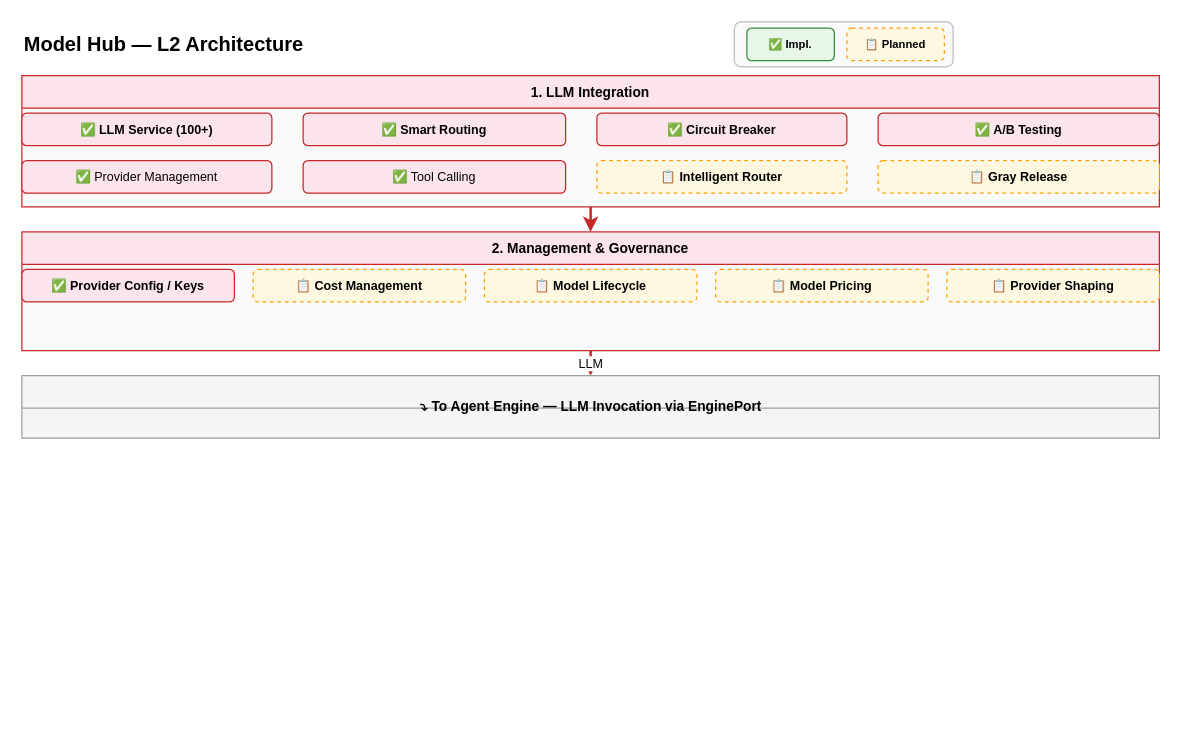
The draw.io diagram docs/design/hardware/model-hub-l2.drawio in xueyufish/hecate, before the edit. Source tidied: cells renumbered, new cells numbered last; positions are measured from the earlier drawing's top-left corner, leaving out a move shared by most shapes. Both pictures are drawn from the tidied source at 125%, with x=0, y=0 at pixel (21, 21).
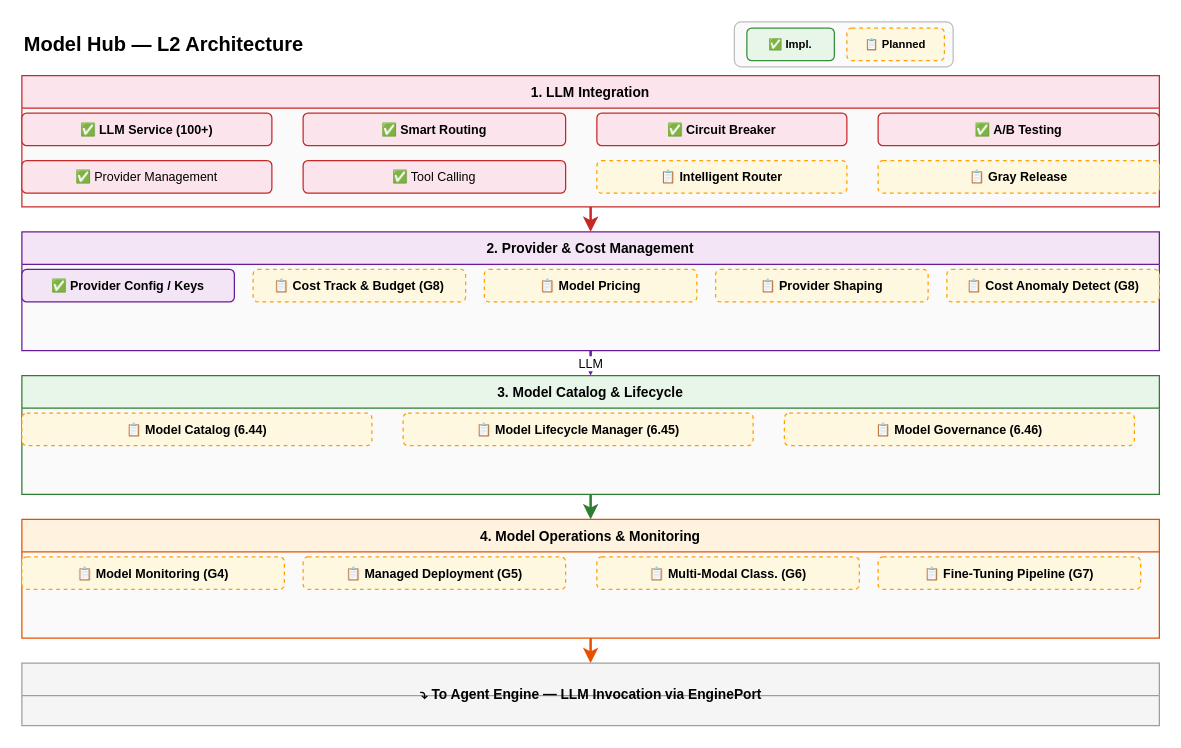
After the change.

The edit, as a diff of the source:
```diff
@@
-    <mxCell id="15" value="2. Management &amp; Governance" style="swimlane;startSize=26;fillColor=#FCE4EC;strokeColor=#C62828;fontSize=11;fontStyle=1;swimlaneFillColor=#FAFAFA;" parent="1" vertex="1">
+    <mxCell id="15" value="2. Provider &amp; Cost Management" style="swimlane;startSize=26;fillColor=#F3E5F5;strokeColor=#6A1B9A;fontSize=11;fontStyle=1;swimlaneFillColor=#FAFAFA;" parent="1" vertex="1">
       <mxGeometry y="168" width="910" height="95" as="geometry" />
     </mxCell>
-    <mxCell id="16" value="✅ Provider Config / Keys" style="rounded=1;whiteSpace=wrap;html=1;fillColor=#FCE4EC;strokeColor=#C62828;fontSize=10;fontStyle=1;" parent="15" vertex="1">
+    <mxCell id="16" value="✅ Provider Config / Keys" style="rounded=1;whiteSpace=wrap;html=1;fillColor=#F3E5F5;strokeColor=#6A1B9A;fontSize=10;fontStyle=1;" parent="15" vertex="1">
       <mxGeometry y="30" width="170" height="26" as="geometry" />
     </mxCell>
-    <mxCell id="17" value="📋 Cost Management" style="rounded=1;whiteSpace=wrap;html=1;fillColor=#FFF8E1;strokeColor=#FFA000;fontSize=10;fontStyle=1;dashed=1;" parent="15" vertex="1">
+    <mxCell id="17" value="📋 Cost Track &amp; Budget (G8)" style="rounded=1;whiteSpace=wrap;html=1;fillColor=#FFF8E1;strokeColor=#FFA000;fontSize=10;fontStyle=1;dashed=1;" parent="15" vertex="1">
       <mxGeometry x="185" y="30" width="170" height="26" as="geometry" />
     </mxCell>
-    <mxCell id="18" value="📋 Model Lifecycle" style="rounded=1;whiteSpace=wrap;html=1;fillColor=#FFF8E1;strokeColor=#FFA000;fontSize=10;fontStyle=1;dashed=1;" parent="15" vertex="1">
-      <mxGeometry x="370" y="30" width="170" height="26" as="geometry" />
-    </mxCell>
     <mxCell id="19" value="📋 Model Pricing" style="rounded=1;whiteSpace=wrap;html=1;fillColor=#FFF8E1;strokeColor=#FFA000;fontSize=10;fontStyle=1;dashed=1;" parent="15" vertex="1">
-      <mxGeometry x="555" y="30" width="170" height="26" as="geometry" />
+      <mxGeometry x="370" y="30" width="170" height="26" as="geometry" />
     </mxCell>
     <mxCell id="20" value="📋 Provider Shaping" style="rounded=1;whiteSpace=wrap;html=1;fillColor=#FFF8E1;strokeColor=#FFA000;fontSize=10;fontStyle=1;dashed=1;" parent="15" vertex="1">
-      <mxGeometry x="740" y="30" width="170" height="26" as="geometry" />
+      <mxGeometry x="555" y="30" width="170" height="26" as="geometry" />
     </mxCell>
+    <mxCell id="25" value="📋 Cost Anomaly Detect (G8)" style="rounded=1;whiteSpace=wrap;html=1;fillColor=#FFF8E1;strokeColor=#FFA000;fontSize=10;fontStyle=1;dashed=1;" parent="15" vertex="1">
+      <mxGeometry x="740" y="30" width="170" height="26" as="geometry" />
+    </mxCell>
-    <mxCell id="21" style="swimlane;startSize=26;fillColor=#F5F5F5;strokeColor=#9E9E9E;fontSize=11;fontStyle=1;swimlaneFillColor=#F5F5F5;" parent="1" vertex="1">
-      <mxGeometry y="283" width="910" height="50" as="geometry" />
+    <mxCell id="21" value="3. Model Catalog &amp; Lifecycle" style="swimlane;startSize=26;fillColor=#E8F5E9;strokeColor=#2E7D32;fontSize=11;fontStyle=1;swimlaneFillColor=#FAFAFA;" parent="1" vertex="1">
+      <mxGeometry y="283" width="910" height="95" as="geometry" />
     </mxCell>
+    <mxCell id="26" value="📋 Model Catalog (6.44)" style="rounded=1;whiteSpace=wrap;html=1;fillColor=#FFF8E1;strokeColor=#FFA000;fontSize=10;fontStyle=1;dashed=1;" parent="21" vertex="1">
+      <mxGeometry y="30" width="280" height="26" as="geometry" />
+    </mxCell>
+    <mxCell id="27" value="📋 Model Lifecycle Manager (6.45)" style="rounded=1;whiteSpace=wrap;html=1;fillColor=#FFF8E1;strokeColor=#FFA000;fontSize=10;fontStyle=1;dashed=1;" parent="21" vertex="1">
+      <mxGeometry x="305" y="30" width="280" height="26" as="geometry" />
+    </mxCell>
+    <mxCell id="28" value="📋 Model Governance (6.46)" style="rounded=1;whiteSpace=wrap;html=1;fillColor=#FFF8E1;strokeColor=#FFA000;fontSize=10;fontStyle=1;dashed=1;" parent="21" vertex="1">
+      <mxGeometry x="610" y="30" width="280" height="26" as="geometry" />
+    </mxCell>
+    <mxCell id="29" value="4. Model Operations &amp; Monitoring" style="swimlane;startSize=26;fillColor=#FFF3E0;strokeColor=#E65100;fontSize=11;fontStyle=1;swimlaneFillColor=#FAFAFA;" parent="1" vertex="1">
+      <mxGeometry y="398" width="910" height="95" as="geometry" />
+    </mxCell>
+    <mxCell id="30" value="📋 Model Monitoring (G4)" style="rounded=1;whiteSpace=wrap;html=1;fillColor=#FFF8E1;strokeColor=#FFA000;fontSize=10;fontStyle=1;dashed=1;" parent="29" vertex="1">
+      <mxGeometry y="30" width="210" height="26" as="geometry" />
+    </mxCell>
+    <mxCell id="31" value="📋 Managed Deployment (G5)" style="rounded=1;whiteSpace=wrap;html=1;fillColor=#FFF8E1;strokeColor=#FFA000;fontSize=10;fontStyle=1;dashed=1;" parent="29" vertex="1">
+      <mxGeometry x="225" y="30" width="210" height="26" as="geometry" />
+    </mxCell>
+    <mxCell id="32" value="📋 Multi-Modal Class. (G6)" style="rounded=1;whiteSpace=wrap;html=1;fillColor=#FFF8E1;strokeColor=#FFA000;fontSize=10;fontStyle=1;dashed=1;" parent="29" vertex="1">
+      <mxGeometry x="460" y="30" width="210" height="26" as="geometry" />
+    </mxCell>
+    <mxCell id="33" value="📋 Fine-Tuning Pipeline (G7)" style="rounded=1;whiteSpace=wrap;html=1;fillColor=#FFF8E1;strokeColor=#FFA000;fontSize=10;fontStyle=1;dashed=1;" parent="29" vertex="1">
+      <mxGeometry x="685" y="30" width="210" height="26" as="geometry" />
+    </mxCell>
+    <mxCell id="34" style="swimlane;startSize=26;fillColor=#F5F5F5;strokeColor=#9E9E9E;fontSize=11;fontStyle=1;swimlaneFillColor=#F5F5F5;" parent="1" vertex="1">
+      <mxGeometry y="513" width="910" height="50" as="geometry" />
+    </mxCell>
-    <mxCell id="22" value="⤵  To Agent Engine — LLM Invocation via EnginePort" style="text;html=1;fontSize=11;fontStyle=1;align=center;verticalAlign=middle;fillColor=none;strokeColor=none;" parent="21" vertex="1">
+    <mxCell id="22" value="⤵  To Agent Engine — LLM Invocation via EnginePort" style="text;html=1;fontSize=11;fontStyle=1;align=center;verticalAlign=middle;fillColor=none;strokeColor=none;" parent="34" vertex="1">
       <mxGeometry x="155" y="5" width="600" height="40" as="geometry" />
     </mxCell>
@@
-    <mxCell id="24" value="LLM" style="edgeStyle=orthogonalEdgeStyle;rounded=1;jettySize=auto;html=1;strokeColor=#C62828;strokeWidth=2;fontSize=10;exitX=0.5;exitY=1;exitDx=0;exitDy=0;entryX=0.5;entryY=0;entryDx=0;entryDy=0;" parent="1" edge="1" source="15" target="21">
+    <mxCell id="24" value="LLM" style="edgeStyle=orthogonalEdgeStyle;rounded=1;jettySize=auto;html=1;strokeColor=#6A1B9A;strokeWidth=2;fontSize=10;exitX=0.5;exitY=1;exitDx=0;exitDy=0;entryX=0.5;entryY=0;entryDx=0;entryDy=0;" parent="1" edge="1" source="15" target="21">
       <mxGeometry relative="1" as="geometry" />
     </mxCell>
+    <mxCell id="35" style="edgeStyle=orthogonalEdgeStyle;rounded=1;jettySize=auto;html=1;strokeColor=#2E7D32;strokeWidth=2;exitX=0.5;exitY=1;exitDx=0;exitDy=0;entryX=0.5;entryY=0;entryDx=0;entryDy=0;" parent="1" edge="1" source="21" target="29">
+      <mxGeometry relative="1" as="geometry" />
+    </mxCell>
+    <mxCell id="36" style="edgeStyle=orthogonalEdgeStyle;rounded=1;jettySize=auto;html=1;strokeColor=#E65100;strokeWidth=2;exitX=0.5;exitY=1;exitDx=0;exitDy=0;entryX=0.5;entryY=0;entryDx=0;entryDy=0;" parent="1" edge="1" source="29" target="34">
+      <mxGeometry relative="1" as="geometry" />
+    </mxCell>
```
